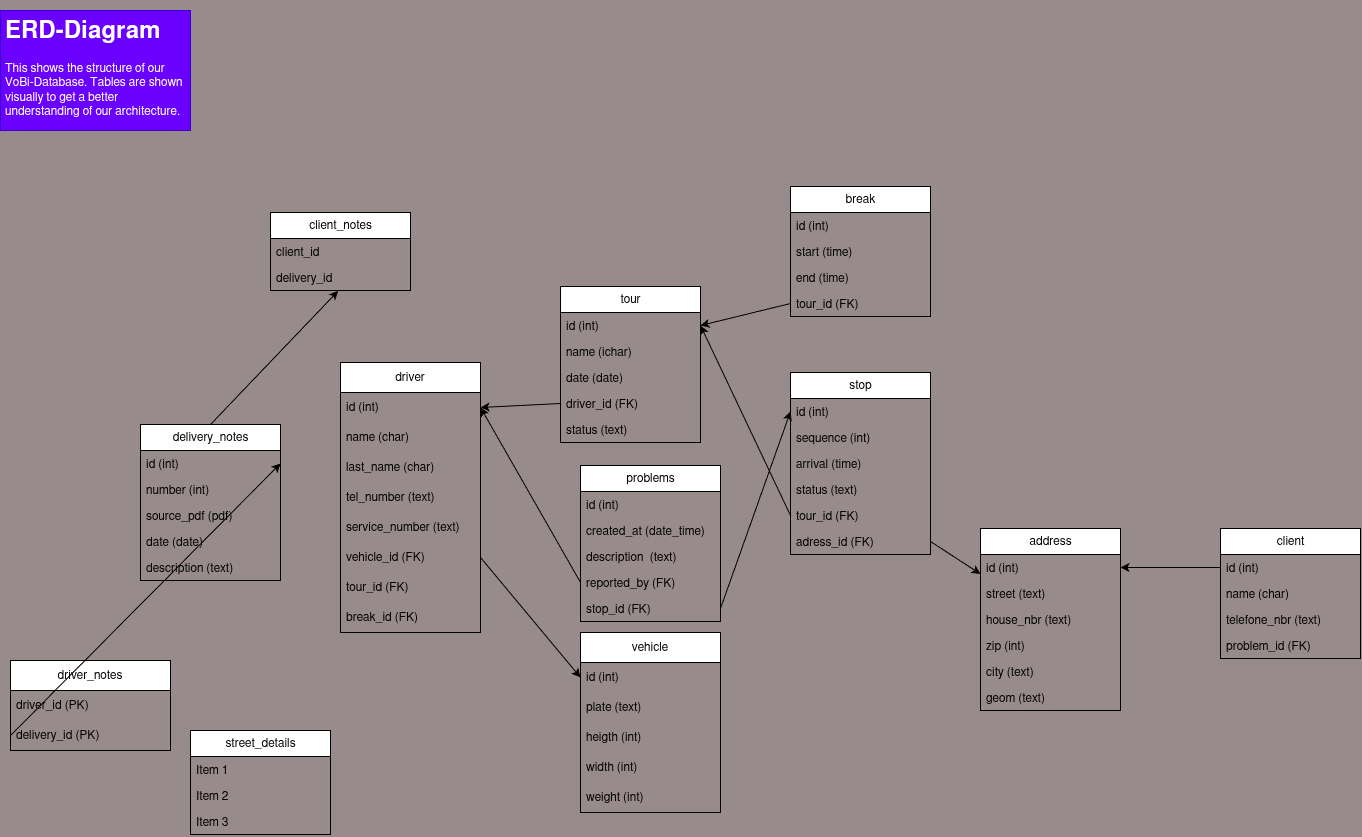
Earlier version of the draw.io export docs/database/database_erd.drawio.png (gabrielbindi/VoBi-Tour). Source tidied: cells renumbered, new cells last; positions are measured from the earlier drawing's top-left corner, leaving out a move shared by most shapes.
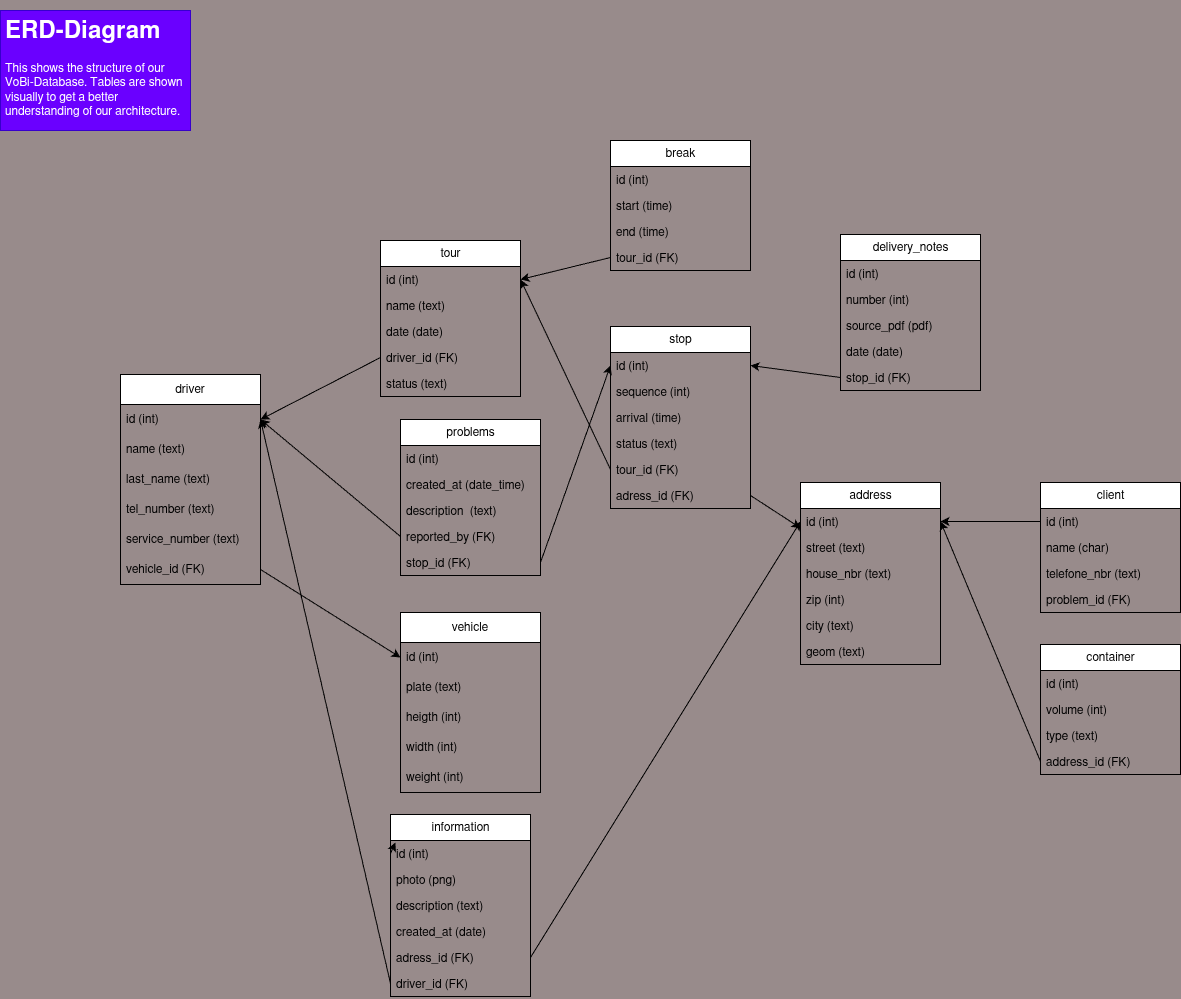
The same file after the commit.

Commit message:
#15 ready for review

Change to the diagram source:
```diff
@@ -3,10 +3,10 @@
     <mxCell id="0" />
     <mxCell id="1" parent="0" />
     <mxCell id="2" value="&lt;h1&gt;ERD-Diagram&lt;/h1&gt;&lt;div&gt;This shows the structure of our VoBi-Database. Tables are shown visually to get a better understanding of our architecture.&lt;/div&gt;&lt;p&gt;&lt;/p&gt;" style="text;html=1;spacing=5;spacingTop=-20;whiteSpace=wrap;overflow=hidden;rounded=0;fillColor=#6a00ff;fontColor=#ffffff;strokeColor=#3700CC;" parent="1" vertex="1">
-      <mxGeometry width="190" height="120" as="geometry" />
+      <mxGeometry x="180" y="46" width="190" height="120" as="geometry" />
     </mxCell>
     <mxCell id="3" value="vehicle" style="swimlane;fontStyle=0;horizontal=1;startSize=30;whiteSpace=wrap;html=1;" parent="1" vertex="1">
-      <mxGeometry x="580" y="622" width="140" height="180" as="geometry" />
+      <mxGeometry x="580" y="648" width="140" height="180" as="geometry" />
     </mxCell>
     <mxCell id="4" value="id (int)" style="text;strokeColor=none;fillColor=none;align=left;verticalAlign=middle;spacingLeft=4;spacingRight=4;overflow=hidden;points=[[0,0.5],[1,0.5]];portConstraint=eastwest;whiteSpace=wrap;html=1;" parent="3" vertex="1">
       <mxGeometry y="30" width="140" height="30" as="geometry" />
@@ -24,15 +24,15 @@
       <mxGeometry y="150" width="140" height="30" as="geometry" />
     </mxCell>
     <mxCell id="9" value="driver" style="swimlane;fontStyle=0;horizontal=1;startSize=30;whiteSpace=wrap;html=1;" parent="1" vertex="1">
-      <mxGeometry x="340" y="352" width="140" height="270" as="geometry" />
+      <mxGeometry x="300" y="410" width="140" height="210" as="geometry" />
     </mxCell>
     <mxCell id="10" value="id (int)" style="text;strokeColor=none;fillColor=none;align=left;verticalAlign=middle;spacingLeft=4;spacingRight=4;overflow=hidden;points=[[0,0.5],[1,0.5]];portConstraint=eastwest;whiteSpace=wrap;html=1;" parent="9" vertex="1">
       <mxGeometry y="30" width="140" height="30" as="geometry" />
     </mxCell>
-    <mxCell id="11" value="name (char)" style="text;strokeColor=none;fillColor=none;align=left;verticalAlign=middle;spacingLeft=4;spacingRight=4;overflow=hidden;whiteSpace=wrap;html=1;" parent="9" vertex="1">
+    <mxCell id="11" value="name (text)" style="text;strokeColor=none;fillColor=none;align=left;verticalAlign=middle;spacingLeft=4;spacingRight=4;overflow=hidden;whiteSpace=wrap;html=1;" parent="9" vertex="1">
       <mxGeometry y="60" width="140" height="30" as="geometry" />
     </mxCell>
-    <mxCell id="12" value="last_name (char)" style="text;strokeColor=none;fillColor=none;align=left;verticalAlign=middle;spacingLeft=4;spacingRight=4;overflow=hidden;whiteSpace=wrap;html=1;" parent="9" vertex="1">
+    <mxCell id="12" value="last_name (text)" style="text;strokeColor=none;fillColor=none;align=left;verticalAlign=middle;spacingLeft=4;spacingRight=4;overflow=hidden;whiteSpace=wrap;html=1;" parent="9" vertex="1">
       <mxGeometry y="90" width="140" height="30" as="geometry" />
     </mxCell>
     <mxCell id="13" value="tel_number (text)" style="text;strokeColor=none;fillColor=none;align=left;verticalAlign=middle;spacingLeft=4;spacingRight=4;overflow=hidden;whiteSpace=wrap;html=1;" parent="9" vertex="1">
@@ -44,12 +44,6 @@
     <mxCell id="15" value="vehicle_id (FK)" style="text;strokeColor=none;fillColor=none;align=left;verticalAlign=middle;spacingLeft=4;spacingRight=4;overflow=hidden;points=[[0,0.5],[1,0.5]];portConstraint=eastwest;whiteSpace=wrap;html=1;" parent="9" vertex="1">
       <mxGeometry y="180" width="140" height="30" as="geometry" />
     </mxCell>
-    <mxCell id="16" value="tour_id (FK)" style="text;strokeColor=none;fillColor=none;align=left;verticalAlign=middle;spacingLeft=4;spacingRight=4;overflow=hidden;whiteSpace=wrap;html=1;" parent="9" vertex="1">
-      <mxGeometry y="210" width="140" height="30" as="geometry" />
-    </mxCell>
-    <mxCell id="17" value="break_id (FK)" style="text;strokeColor=none;fillColor=none;align=left;verticalAlign=middle;spacingLeft=4;spacingRight=4;overflow=hidden;whiteSpace=wrap;html=1;" parent="9" vertex="1">
-      <mxGeometry y="240" width="140" height="30" as="geometry" />
-    </mxCell>
     <mxCell id="18" value="client" style="swimlane;fontStyle=0;horizontal=1;startSize=26;html=1;" parent="1" vertex="1">
       <mxGeometry x="1220" y="518" width="140" height="130" as="geometry" />
     </mxCell>
@@ -86,25 +80,37 @@
     <mxCell id="29" value="geom (text)" style="text;strokeColor=none;fillColor=none;align=left;verticalAlign=top;spacingLeft=4;spacingRight=4;overflow=hidden;whiteSpace=wrap;html=1;" parent="23" vertex="1">
       <mxGeometry y="156" width="140" height="26" as="geometry" />
     </mxCell>
-    <mxCell id="30" value="street_details" style="swimlane;fontStyle=0;horizontal=1;startSize=26;html=1;" parent="1" vertex="1">
-      <mxGeometry x="190" y="720" width="140" height="104" as="geometry" />
+    <mxCell id="30" value="information" style="swimlane;fontStyle=0;horizontal=1;startSize=26;html=1;" parent="1" vertex="1">
+      <mxGeometry x="570" y="850" width="140" height="182" as="geometry" />
     </mxCell>
-    <mxCell id="31" value="Item 1" style="text;strokeColor=none;fillColor=none;align=left;verticalAlign=top;spacingLeft=4;spacingRight=4;overflow=hidden;points=[[0,0.5],[1,0.5]];portConstraint=eastwest;whiteSpace=wrap;html=1;" parent="30" vertex="1">
+    <mxCell id="31" value="id (int)" style="text;strokeColor=none;fillColor=none;align=left;verticalAlign=top;spacingLeft=4;spacingRight=4;overflow=hidden;points=[[0,0.5],[1,0.5]];portConstraint=eastwest;whiteSpace=wrap;html=1;" parent="30" vertex="1">
       <mxGeometry y="26" width="140" height="26" as="geometry" />
     </mxCell>
-    <mxCell id="32" value="Item 2" style="text;strokeColor=none;fillColor=none;align=left;verticalAlign=top;spacingLeft=4;spacingRight=4;overflow=hidden;whiteSpace=wrap;html=1;" parent="30" vertex="1">
+    <mxCell id="32" value="photo (png)" style="text;strokeColor=none;fillColor=none;align=left;verticalAlign=top;spacingLeft=4;spacingRight=4;overflow=hidden;whiteSpace=wrap;html=1;" parent="30" vertex="1">
       <mxGeometry y="52" width="140" height="26" as="geometry" />
     </mxCell>
-    <mxCell id="33" value="Item 3" style="text;strokeColor=none;fillColor=none;align=left;verticalAlign=top;spacingLeft=4;spacingRight=4;overflow=hidden;whiteSpace=wrap;html=1;" parent="30" vertex="1">
+    <mxCell id="33" value="description (text)" style="text;strokeColor=none;fillColor=none;align=left;verticalAlign=top;spacingLeft=4;spacingRight=4;overflow=hidden;whiteSpace=wrap;html=1;" parent="30" vertex="1">
       <mxGeometry y="78" width="140" height="26" as="geometry" />
     </mxCell>
+    <mxCell id="80" value="created_at (date)" style="text;strokeColor=none;fillColor=none;align=left;verticalAlign=top;spacingLeft=4;spacingRight=4;overflow=hidden;whiteSpace=wrap;html=1;" parent="30" vertex="1">
+      <mxGeometry y="104" width="140" height="26" as="geometry" />
+    </mxCell>
+    <mxCell id="81" value="adress_id (FK)" style="text;strokeColor=none;fillColor=none;align=left;verticalAlign=top;spacingLeft=4;spacingRight=4;overflow=hidden;points=[[0,0.5],[1,0.5]];portConstraint=eastwest;whiteSpace=wrap;html=1;" parent="30" vertex="1">
+      <mxGeometry y="130" width="140" height="26" as="geometry" />
+    </mxCell>
+    <mxCell id="82" value="driver_id (FK)" style="text;strokeColor=none;fillColor=none;align=left;verticalAlign=top;spacingLeft=4;spacingRight=4;overflow=hidden;points=[[0,0.5],[1,0.5]];portConstraint=eastwest;whiteSpace=wrap;html=1;" parent="30" vertex="1">
+      <mxGeometry y="156" width="140" height="26" as="geometry" />
+    </mxCell>
+    <mxCell id="83" style="edgeStyle=none;html=1;exitX=0;exitY=0.5;exitDx=0;exitDy=0;entryX=0.035;entryY=0.077;entryDx=0;entryDy=0;entryPerimeter=0;" parent="30" edge="1" source="31" target="31">
+      <mxGeometry relative="1" as="geometry" />
+    </mxCell>
     <mxCell id="34" value="tour" style="swimlane;fontStyle=0;horizontal=1;startSize=26;html=1;" parent="1" vertex="1">
       <mxGeometry x="560" y="276" width="140" height="156" as="geometry" />
     </mxCell>
     <mxCell id="35" value="id (int)" style="text;strokeColor=none;fillColor=none;align=left;verticalAlign=top;spacingLeft=4;spacingRight=4;overflow=hidden;points=[[0,0.5],[1,0.5]];portConstraint=eastwest;whiteSpace=wrap;html=1;" parent="34" vertex="1">
       <mxGeometry y="26" width="140" height="26" as="geometry" />
     </mxCell>
-    <mxCell id="36" value="name (ichar)" style="text;strokeColor=none;fillColor=none;align=left;verticalAlign=top;spacingLeft=4;spacingRight=4;overflow=hidden;whiteSpace=wrap;html=1;" parent="34" vertex="1">
+    <mxCell id="36" value="name (text)" style="text;strokeColor=none;fillColor=none;align=left;verticalAlign=top;spacingLeft=4;spacingRight=4;overflow=hidden;whiteSpace=wrap;html=1;" parent="34" vertex="1">
       <mxGeometry y="52" width="140" height="26" as="geometry" />
     </mxCell>
     <mxCell id="37" value="date (date)" style="text;strokeColor=none;fillColor=none;align=left;verticalAlign=top;spacingLeft=4;spacingRight=4;overflow=hidden;whiteSpace=wrap;html=1;" parent="34" vertex="1">
@@ -149,20 +155,8 @@
     <mxCell id="50" value="stop_id (FK)" style="text;strokeColor=none;fillColor=none;align=left;verticalAlign=top;spacingLeft=4;spacingRight=4;overflow=hidden;points=[[0,0.5],[1,0.5]];portConstraint=eastwest;whiteSpace=wrap;html=1;" parent="45" vertex="1">
       <mxGeometry y="130" width="140" height="26" as="geometry" />
     </mxCell>
-    <mxCell id="51" value="client_notes" style="swimlane;fontStyle=0;horizontal=1;startSize=26;html=1;" parent="1" vertex="1">
-      <mxGeometry x="270" y="202" width="140" height="78" as="geometry" />
-    </mxCell>
-    <mxCell id="52" value="client_id" style="text;fillColor=none;align=left;verticalAlign=top;spacingLeft=4;spacingRight=4;overflow=hidden;whiteSpace=wrap;html=1;" parent="51" vertex="1">
-      <mxGeometry y="26" width="140" height="26" as="geometry" />
-    </mxCell>
-    <mxCell id="53" value="delivery_id" style="text;fillColor=none;align=left;verticalAlign=top;spacingLeft=4;spacingRight=4;overflow=hidden;points=[[0,0.5],[1,0.5]];portConstraint=eastwest;whiteSpace=wrap;html=1;" parent="51" vertex="1">
-      <mxGeometry y="52" width="140" height="26" as="geometry" />
-    </mxCell>
-    <mxCell id="54" style="edgeStyle=none;html=1;exitX=0.5;exitY=0;exitDx=0;exitDy=0;entryX=0.483;entryY=1.018;entryDx=0;entryDy=0;entryPerimeter=0;" parent="1" edge="1" source="55" target="53">
-      <mxGeometry relative="1" as="geometry" />
-    </mxCell>
     <mxCell id="55" value="delivery_notes" style="swimlane;fontStyle=0;horizontal=1;startSize=26;html=1;" parent="1" vertex="1">
-      <mxGeometry x="140" y="414" width="140" height="156" as="geometry" />
+      <mxGeometry x="1020" y="270" width="140" height="156" as="geometry" />
     </mxCell>
     <mxCell id="56" value="id (int)" style="text;strokeColor=none;fillColor=none;align=left;verticalAlign=top;spacingLeft=4;spacingRight=4;overflow=hidden;points=[[0,0.5],[1,0.5]];portConstraint=eastwest;whiteSpace=wrap;html=1;" parent="55" vertex="1">
       <mxGeometry y="26" width="140" height="26" as="geometry" />
@@ -176,21 +170,9 @@
     <mxCell id="59" value="date (date)" style="text;strokeColor=none;fillColor=none;align=left;verticalAlign=top;spacingLeft=4;spacingRight=4;overflow=hidden;whiteSpace=wrap;html=1;" parent="55" vertex="1">
       <mxGeometry y="104" width="140" height="26" as="geometry" />
     </mxCell>
-    <mxCell id="60" value="description (text)" style="text;strokeColor=none;fillColor=none;align=left;verticalAlign=top;spacingLeft=4;spacingRight=4;overflow=hidden;points=[[0,0.5],[1,0.5]];portConstraint=eastwest;whiteSpace=wrap;html=1;" parent="55" vertex="1">
+    <mxCell id="60" value="stop_id (FK)" style="text;strokeColor=none;fillColor=none;align=left;verticalAlign=top;spacingLeft=4;spacingRight=4;overflow=hidden;points=[[0,0.5],[1,0.5]];portConstraint=eastwest;whiteSpace=wrap;html=1;" parent="55" vertex="1">
       <mxGeometry y="130" width="140" height="26" as="geometry" />
     </mxCell>
-    <mxCell id="61" value="driver_notes" style="swimlane;fontStyle=0;horizontal=1;startSize=30;whiteSpace=wrap;html=1;" parent="1" vertex="1">
-      <mxGeometry x="10" y="650" width="160" height="90" as="geometry" />
-    </mxCell>
-    <mxCell id="62" value="driver_id (PK)" style="text;strokeColor=none;fillColor=none;align=left;verticalAlign=middle;spacingLeft=4;spacingRight=4;overflow=hidden;whiteSpace=wrap;html=1;" parent="61" vertex="1">
-      <mxGeometry y="30" width="160" height="30" as="geometry" />
-    </mxCell>
-    <mxCell id="63" value="delivery_id (PK)" style="text;strokeColor=none;fillColor=none;align=left;verticalAlign=middle;spacingLeft=4;spacingRight=4;overflow=hidden;points=[[0,0.5],[1,0.5]];portConstraint=eastwest;whiteSpace=wrap;html=1;" parent="61" vertex="1">
-      <mxGeometry y="60" width="160" height="30" as="geometry" />
-    </mxCell>
-    <mxCell id="64" style="edgeStyle=none;html=1;exitX=0;exitY=0.5;exitDx=0;exitDy=0;entryX=1;entryY=0.5;entryDx=0;entryDy=0;" parent="1" edge="1" source="63" target="56">
-      <mxGeometry relative="1" as="geometry" />
-    </mxCell>
     <mxCell id="65" style="edgeStyle=none;html=1;exitX=1;exitY=0.5;exitDx=0;exitDy=0;entryX=0;entryY=0.5;entryDx=0;entryDy=0;" parent="1" edge="1" source="15" target="4">
       <mxGeometry relative="1" as="geometry" />
     </mxCell>
@@ -236,5 +218,32 @@
     <mxCell id="79" style="edgeStyle=none;html=1;exitX=1;exitY=0.5;exitDx=0;exitDy=0;entryX=0;entryY=0.5;entryDx=0;entryDy=0;" parent="1" edge="1" source="50" target="67">
       <mxGeometry relative="1" as="geometry" />
     </mxCell>
+    <mxCell id="84" style="edgeStyle=none;html=1;exitX=0;exitY=0.5;exitDx=0;exitDy=0;entryX=1;entryY=0.5;entryDx=0;entryDy=0;" parent="1" edge="1" source="60" target="67">
+      <mxGeometry relative="1" as="geometry" />
+    </mxCell>
+    <mxCell id="85" style="edgeStyle=none;html=1;exitX=1;exitY=0.5;exitDx=0;exitDy=0;entryX=0;entryY=0.5;entryDx=0;entryDy=0;" parent="1" edge="1" source="81" target="24">
+      <mxGeometry relative="1" as="geometry" />
+    </mxCell>
+    <mxCell id="86" style="edgeStyle=none;html=1;exitX=0;exitY=0.5;exitDx=0;exitDy=0;entryX=1;entryY=0.5;entryDx=0;entryDy=0;" parent="1" edge="1" source="82" target="10">
+      <mxGeometry relative="1" as="geometry" />
+    </mxCell>
+    <mxCell id="87" value="container" style="swimlane;fontStyle=0;horizontal=1;startSize=26;html=1;" parent="1" vertex="1">
+      <mxGeometry x="1220" y="680" width="140" height="130" as="geometry" />
+    </mxCell>
+    <mxCell id="88" value="id (int)" style="text;strokeColor=none;fillColor=none;align=left;verticalAlign=top;spacingLeft=4;spacingRight=4;overflow=hidden;whiteSpace=wrap;html=1;" parent="87" vertex="1">
+      <mxGeometry y="26" width="140" height="26" as="geometry" />
+    </mxCell>
+    <mxCell id="89" value="volume (int)" style="text;strokeColor=none;fillColor=none;align=left;verticalAlign=top;spacingLeft=4;spacingRight=4;overflow=hidden;whiteSpace=wrap;html=1;" parent="87" vertex="1">
+      <mxGeometry y="52" width="140" height="26" as="geometry" />
+    </mxCell>
+    <mxCell id="90" value="type (text)" style="text;strokeColor=none;fillColor=none;align=left;verticalAlign=top;spacingLeft=4;spacingRight=4;overflow=hidden;whiteSpace=wrap;html=1;" parent="87" vertex="1">
+      <mxGeometry y="78" width="140" height="26" as="geometry" />
+    </mxCell>
+    <mxCell id="91" value="address_id (FK)" style="text;strokeColor=none;fillColor=none;align=left;verticalAlign=top;spacingLeft=4;spacingRight=4;overflow=hidden;points=[[0,0.5],[1,0.5]];portConstraint=eastwest;whiteSpace=wrap;html=1;" parent="87" vertex="1">
+      <mxGeometry y="104" width="140" height="26" as="geometry" />
+    </mxCell>
+    <mxCell id="92" style="edgeStyle=none;html=1;exitX=0;exitY=0.5;exitDx=0;exitDy=0;entryX=1;entryY=0.5;entryDx=0;entryDy=0;" parent="1" edge="1" source="91" target="24">
+      <mxGeometry relative="1" as="geometry" />
+    </mxCell>
   </root>
 </mxGraphModel>
```
